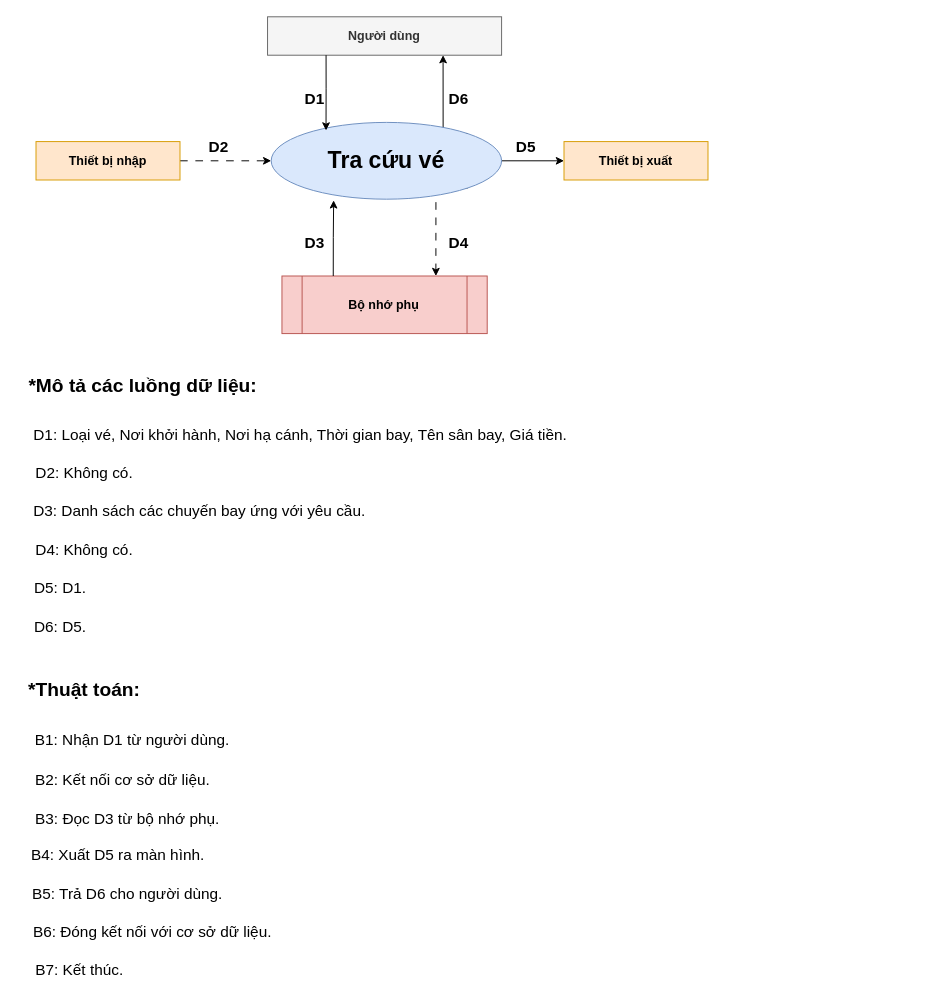
Before: DFD/yc4_tracuu.drawio in phat9824/Flight_ticket_manegement, a draw.io diagram. Source tidied: cells renumbered, new cells numbered last; positions are measured from the earlier drawing's top-left corner, leaving out a move shared by most shapes. Both pictures are drawn from the tidied source at 96%, with x=0, y=0 at pixel (16, 16).
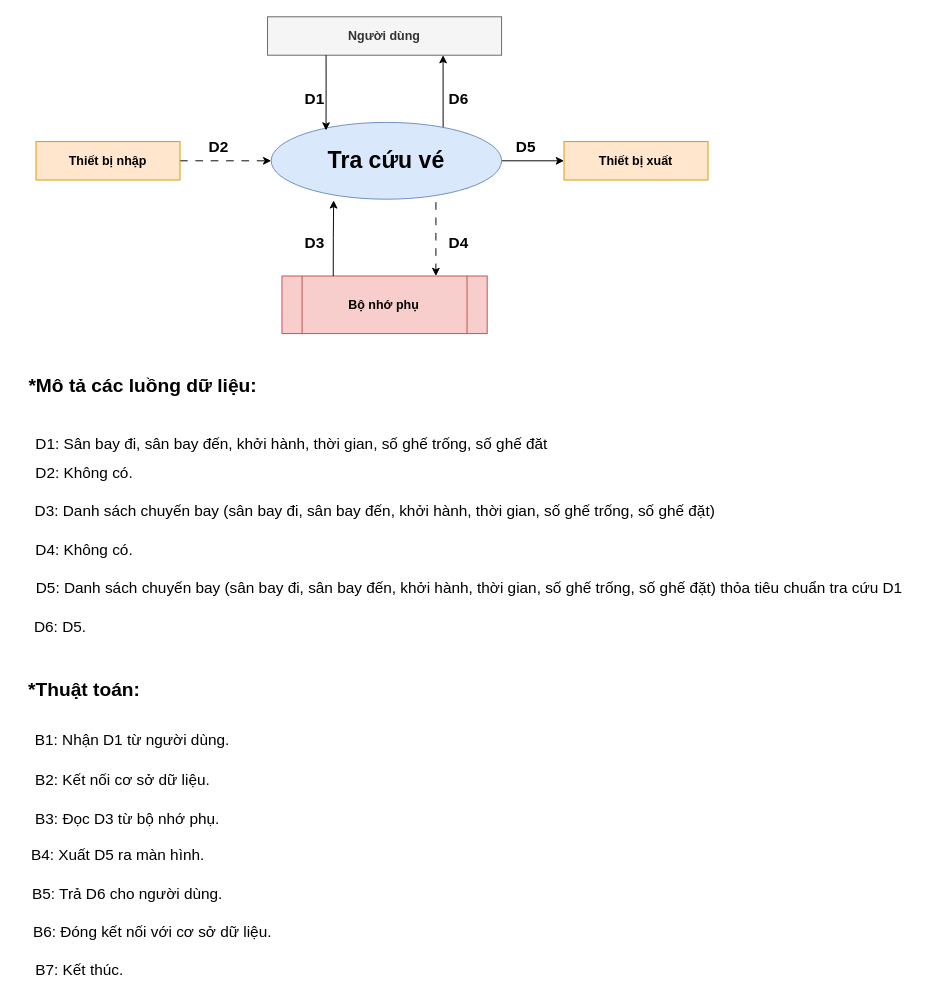
The same diagram, later.

Change to the diagram source:
```diff
@@
-    <mxCell id="20" value="D1: Loại vé, Nơi khởi hành, Nơi hạ cánh, Thời gian bay, Tên sân bay, Giá tiền.&lt;div&gt;&lt;br&gt;&lt;/div&gt;" style="text;html=1;align=center;verticalAlign=middle;strokeColor=none;fillColor=none;fontSize=16;" parent="1" vertex="1">
-      <mxGeometry x="5" y="420" width="580" height="50" as="geometry" />
+    <mxCell id="20" value="D1: Sân bay đi, sân bay đến, khởi hành, thời gian, số ghế trống, số ghế đăt" style="text;html=1;align=center;verticalAlign=middle;strokeColor=none;fillColor=none;fontSize=16;" parent="1" vertex="1">
+      <mxGeometry x="6.2" y="430" width="560" height="30" as="geometry" />
     </mxCell>
@@
-    <mxCell id="22" value="D3: Danh sách các chuyến bay ứng với yêu cầu." style="text;html=1;align=center;verticalAlign=middle;strokeColor=none;fillColor=none;fontSize=16;" parent="1" vertex="1">
-      <mxGeometry x="5" y="499.5" width="370" height="30" as="geometry" />
+    <mxCell id="22" value="D3: Danh sách chuyến bay (sân bay đi, sân bay đến, khởi hành, thời gian, số ghế trống, số ghế đặt)&amp;nbsp;" style="text;html=1;align=center;verticalAlign=middle;strokeColor=none;fillColor=none;fontSize=16;" parent="1" vertex="1">
+      <mxGeometry x="5" y="500" width="740" height="30" as="geometry" />
     </mxCell>
@@
-    <mxCell id="24" value="D5: D1." style="text;html=1;align=center;verticalAlign=middle;strokeColor=none;fillColor=none;fontSize=16;" parent="1" vertex="1">
-      <mxGeometry x="5" y="580" width="80" height="30" as="geometry" />
+    <mxCell id="24" value="D5: Danh sách chuyến bay (sân bay đi, sân bay đến, khởi hành, thời gian, số ghế trống, số ghế đặt) thỏa tiêu chuẩn tra cứu D1" style="text;html=1;align=center;verticalAlign=middle;strokeColor=none;fillColor=none;fontSize=16;" parent="1" vertex="1">
+      <mxGeometry x="6.2" y="580" width="930" height="30" as="geometry" />
     </mxCell>
```
